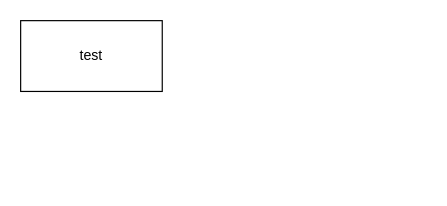
Earlier version of the draw.io diagram draw/Untitled Diagram.drawio (keith1018/draw). Source tidied: cells renumbered, new cells numbered last; positions are measured from the earlier drawing's top-left corner, leaving out a move shared by most shapes. Both pictures are drawn from the tidied source at 118%, with x=0, y=0 at pixel (20, 20).
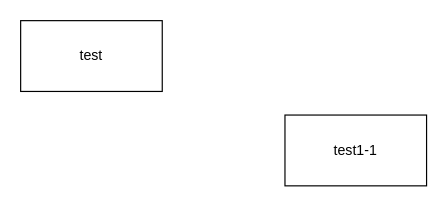
The same page after the edit.

What changed in the source:
```diff
@@
 <mxGraphModel>
   <root>
     <mxCell id="0" />
     <mxCell id="1" parent="0" />
     <mxCell id="2" value="test" style="rounded=0;whiteSpace=wrap;html=1;" parent="1" vertex="1">
       <mxGeometry width="120" height="60" as="geometry" />
     </mxCell>
+    <mxCell id="3" value="test1-1" style="rounded=0;whiteSpace=wrap;html=1;" parent="1" vertex="1">
+      <mxGeometry x="224" y="80" width="120" height="60" as="geometry" />
+    </mxCell>
   </root>
 </mxGraphModel>
```
